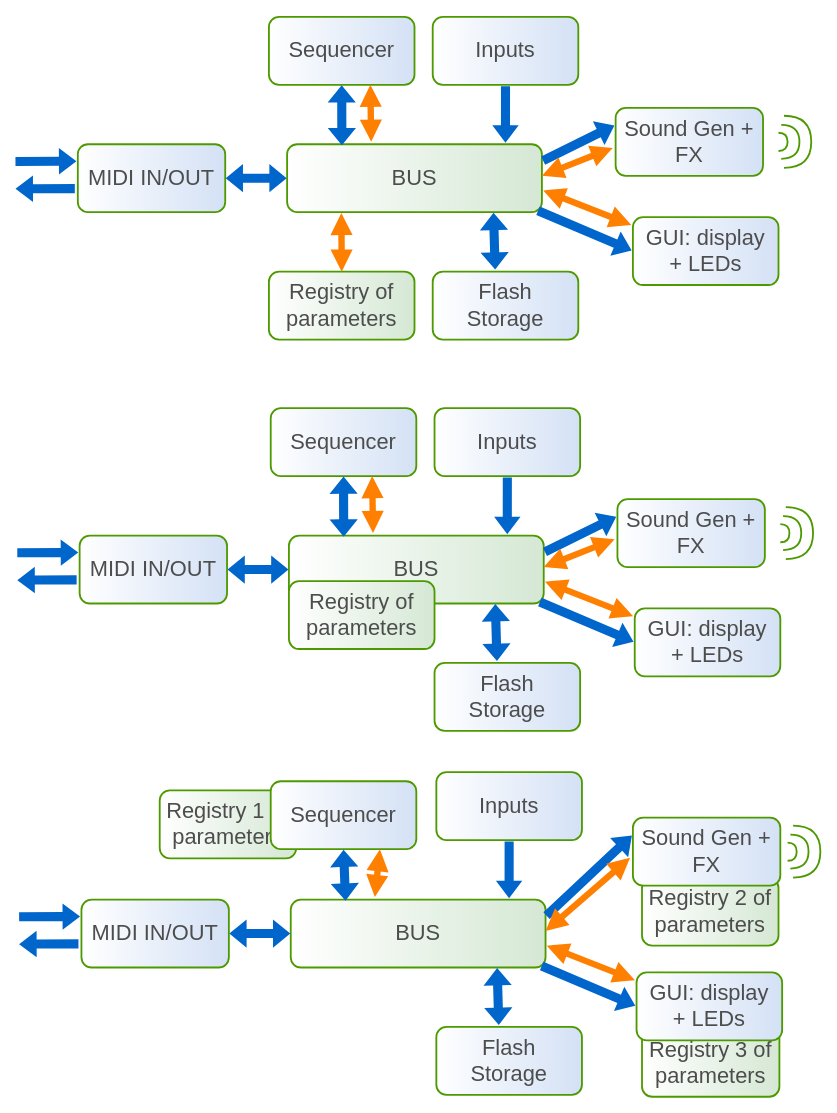
copych/AcidBox keeps this draw.io diagram as hardware/Thing.drawio. Above is the earlier version. Source tidied: cells renumbered, new cells numbered last; positions are measured from the earlier drawing's top-left corner, leaving out a move shared by most shapes. Both pictures are drawn from the tidied source at 91%, with x=0, y=0 at pixel (14, 16).
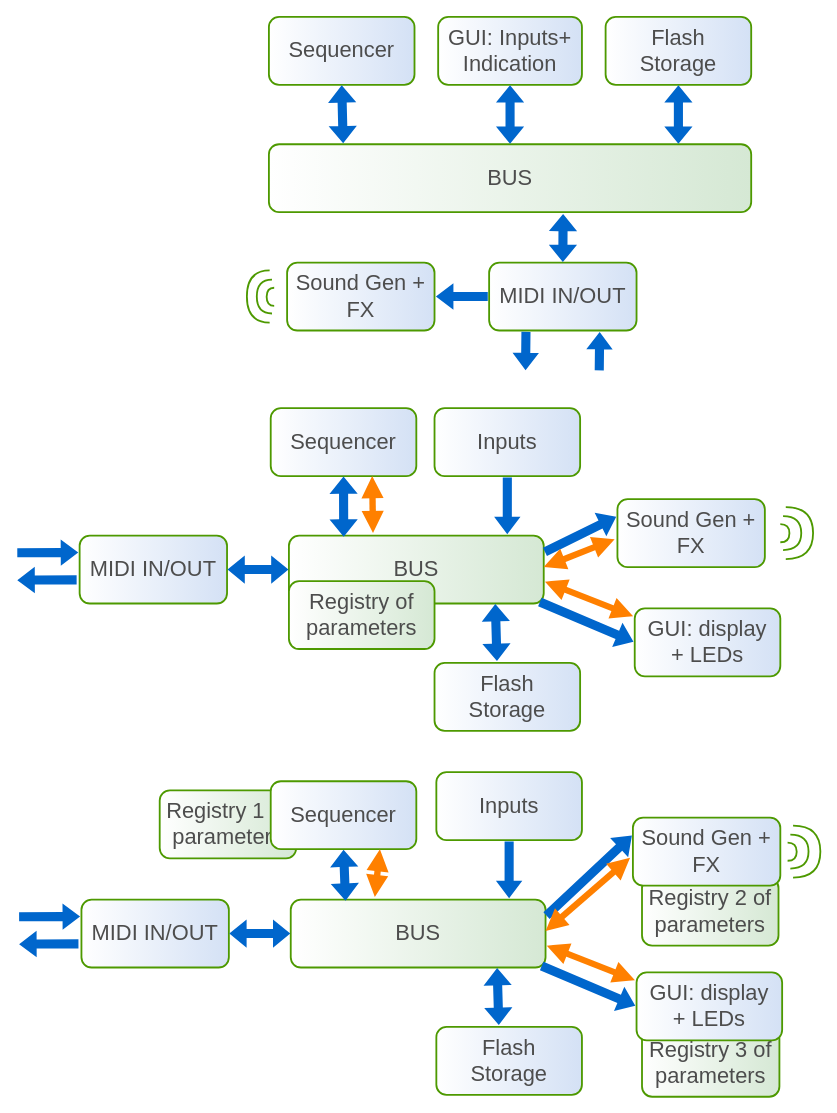
The same page after the edit.

The change refers to these unchanged cells:
```xml
<mxCell id="13" value="Sequencer" style="rounded=1;whiteSpace=wrap;html=1;shadow=0;strokeWidth=2;fillColor=#D4E1F5;gradientColor=#ffffff;fontFamily=Helvetica;fontSize=24;align=center;strokeColor=#4D9900;gradientDirection=west;fontColor=#4D4D4D;" parent="1" vertex="1">
  <mxGeometry x="280" width="160" height="74.7" as="geometry" />
</mxCell>
```

Change to the diagram source:
```diff
@@
     <mxCell id="5" value="MIDI IN/OUT" style="rounded=1;whiteSpace=wrap;html=1;shadow=0;strokeWidth=2;fillColor=#D4E1F5;gradientColor=#ffffff;fontFamily=Helvetica;fontSize=24;align=center;strokeColor=#4D9900;gradientDirection=west;fontColor=#4D4D4D;" parent="1" vertex="1">
-      <mxGeometry x="70" y="140" width="162" height="74.7" as="geometry" />
+      <mxGeometry x="522" y="270" width="162" height="74.7" as="geometry" />
     </mxCell>
     <mxCell id="6" value="Sound Gen + FX" style="rounded=1;whiteSpace=wrap;html=1;shadow=0;strokeWidth=2;fillColor=#D4E1F5;gradientColor=#ffffff;fontFamily=Helvetica;fontSize=24;align=center;strokeColor=#4D9900;gradientDirection=west;fontColor=#4D4D4D;" parent="1" vertex="1">
-      <mxGeometry x="661" y="100" width="162" height="74.7" as="geometry" />
+      <mxGeometry x="300" y="270" width="162" height="74.7" as="geometry" />
     </mxCell>
     <mxCell id="7" value="BUS" style="rounded=1;whiteSpace=wrap;html=1;shadow=0;strokeWidth=2;fillColor=#D5E8D4;gradientColor=#ffffff;fontFamily=Helvetica;fontSize=24;align=center;strokeColor=#4D9900;gradientDirection=west;fontColor=#4D4D4D;" parent="1" vertex="1">
-      <mxGeometry x="300" y="140" width="280" height="74.7" as="geometry" />
+      <mxGeometry x="280" y="140" width="530" height="74.7" as="geometry" />
     </mxCell>
     <mxCell id="8" value="Flash&lt;br&gt;Storage" style="rounded=1;whiteSpace=wrap;html=1;shadow=0;strokeWidth=2;fillColor=#D4E1F5;gradientColor=#ffffff;fontFamily=Helvetica;fontSize=24;align=center;strokeColor=#4D9900;gradientDirection=west;fontColor=#4D4D4D;" parent="1" vertex="1">
-      <mxGeometry x="460" y="280" width="160" height="74.7" as="geometry" />
+      <mxGeometry x="650" width="160" height="74.7" as="geometry" />
     </mxCell>
-    <mxCell id="9" value="GUI: display &lt;br&gt;+ LEDs" style="rounded=1;whiteSpace=wrap;html=1;shadow=0;strokeWidth=2;fillColor=#D4E1F5;gradientColor=#ffffff;fontFamily=Helvetica;fontSize=24;align=center;strokeColor=#4D9900;gradientDirection=west;fontColor=#4D4D4D;" parent="1" vertex="1">
-      <mxGeometry x="680" y="220" width="160" height="74.7" as="geometry" />
+    <mxCell id="9" value="GUI: Inputs+&lt;br&gt;I&lt;span style=&quot;background-color: transparent; color: light-dark(rgb(77, 77, 77), rgb(171, 171, 171));&quot;&gt;ndication&lt;/span&gt;" style="rounded=1;whiteSpace=wrap;html=1;shadow=0;strokeWidth=2;fillColor=#D4E1F5;gradientColor=#ffffff;fontFamily=Helvetica;fontSize=24;align=center;strokeColor=#4D9900;gradientDirection=west;fontColor=#4D4D4D;" parent="1" vertex="1">
+      <mxGeometry x="466" width="158" height="74.7" as="geometry" />
     </mxCell>
-    <mxCell id="10" style="edgeStyle=none;rounded=0;html=1;shadow=0;endArrow=blockThin;endFill=1;jettySize=auto;strokeWidth=3;fontFamily=Helvetica;fontSize=18;align=center;shape=flexArrow;strokeColor=none;fillColor=#0066CC;endWidth=16;endSize=5.42;width=8;sourcePerimeterSpacing=-2;dashed=1;fontColor=#4D4D4D;entryX=0;entryY=0.25;entryDx=0;entryDy=0;" parent="1" edge="1" target="5">
+    <mxCell id="10" style="edgeStyle=none;rounded=0;html=1;shadow=0;endArrow=blockThin;endFill=1;jettySize=auto;strokeWidth=3;fontFamily=Helvetica;fontSize=18;align=center;shape=flexArrow;strokeColor=none;fillColor=#0066CC;endWidth=16;endSize=5.42;width=8;sourcePerimeterSpacing=-2;dashed=1;fontColor=#4D4D4D;entryX=0.75;entryY=1;entryDx=0;entryDy=0;" parent="1" edge="1" target="5">
       <mxGeometry relative="1" as="geometry">
-        <mxPoint y="159" as="sourcePoint" />
+        <mxPoint x="643" y="390" as="sourcePoint" />
       </mxGeometry>
     </mxCell>
-    <mxCell id="11" style="edgeStyle=none;rounded=0;html=1;shadow=0;endArrow=blockThin;endFill=1;jettySize=auto;strokeWidth=3;fontFamily=Helvetica;fontSize=18;align=center;shape=flexArrow;strokeColor=none;fillColor=#0066CC;endWidth=16;endSize=5.42;width=8;sourcePerimeterSpacing=-2;dashed=1;fontColor=#4D4D4D;exitX=-0.011;exitY=0.653;exitDx=0;exitDy=0;exitPerimeter=0;" parent="1" edge="1" source="5">
+    <mxCell id="11" style="edgeStyle=none;rounded=0;html=1;shadow=0;endArrow=blockThin;endFill=1;jettySize=auto;strokeWidth=3;fontFamily=Helvetica;fontSize=18;align=center;shape=flexArrow;strokeColor=none;fillColor=#0066CC;endWidth=16;endSize=5.42;width=8;sourcePerimeterSpacing=-2;dashed=1;fontColor=#4D4D4D;exitX=0.25;exitY=1;exitDx=0;exitDy=0;" parent="1" edge="1" source="5">
       <mxGeometry relative="1" as="geometry">
-        <mxPoint y="189" as="targetPoint" />
+        <mxPoint x="562" y="390" as="targetPoint" />
       </mxGeometry>
     </mxCell>
-    <mxCell id="12" style="edgeStyle=none;rounded=0;html=1;shadow=0;endArrow=blockThin;endFill=1;jettySize=auto;strokeWidth=3;fontFamily=Helvetica;fontSize=18;align=center;shape=flexArrow;strokeColor=none;fillColor=#0066CC;endWidth=16;endSize=5.42;width=8;sourcePerimeterSpacing=-2;dashed=1;fontColor=#4D4D4D;entryX=0;entryY=0.25;entryDx=0;entryDy=0;exitX=1;exitY=0.25;exitDx=0;exitDy=0;" parent="1" edge="1" source="7" target="6">
+    <mxCell id="12" style="edgeStyle=none;rounded=0;html=1;shadow=0;endArrow=blockThin;endFill=1;jettySize=auto;strokeWidth=3;fontFamily=Helvetica;fontSize=18;align=center;shape=flexArrow;strokeColor=none;fillColor=#0066CC;endWidth=16;endSize=5.42;width=8;sourcePerimeterSpacing=-2;dashed=1;fontColor=#4D4D4D;exitX=0;exitY=0.5;exitDx=0;exitDy=0;entryX=1;entryY=0.5;entryDx=0;entryDy=0;" parent="1" edge="1" source="5" target="6">
       <mxGeometry relative="1" as="geometry" />
     </mxCell>
@@
-    <mxCell id="14" value="Inputs" style="rounded=1;whiteSpace=wrap;html=1;shadow=0;strokeWidth=2;fillColor=#D4E1F5;gradientColor=#ffffff;fontFamily=Helvetica;fontSize=24;align=center;strokeColor=#4D9900;gradientDirection=west;fontColor=#4D4D4D;" parent="1" vertex="1">
-      <mxGeometry x="460" width="160" height="74.7" as="geometry" />
-    </mxCell>
-    <mxCell id="15" style="edgeStyle=none;rounded=0;html=1;shadow=0;endArrow=blockThin;endFill=1;jettySize=auto;strokeWidth=3;fontFamily=Helvetica;fontSize=18;align=center;shape=flexArrow;strokeColor=none;fillColor=#0066CC;endWidth=16;endSize=5.42;width=8;sourcePerimeterSpacing=-2;dashed=1;fontColor=#4D4D4D;entryX=0.857;entryY=0;entryDx=0;entryDy=0;entryPerimeter=0;exitX=0.5;exitY=1;exitDx=0;exitDy=0;" parent="1" edge="1" source="14" target="7">
-      <mxGeometry relative="1" as="geometry" />
-    </mxCell>
-    <mxCell id="16" style="shape=flexArrow;endArrow=classic;startArrow=classic;html=1;rounded=0;fillColor=#0066CC;strokeColor=none;entryX=0;entryY=0.5;entryDx=0;entryDy=0;exitX=1;exitY=0.5;exitDx=0;exitDy=0;" parent="1" edge="1" source="5" target="7">
+    <mxCell id="16" style="shape=flexArrow;endArrow=classic;startArrow=classic;html=1;rounded=0;fillColor=#0066CC;strokeColor=none;exitX=0.5;exitY=0;exitDx=0;exitDy=0;entryX=0.61;entryY=1.018;entryDx=0;entryDy=0;entryPerimeter=0;" parent="1" edge="1" source="5" target="7">
       <mxGeometry relative="1" as="geometry" />
     </mxCell>
-    <mxCell id="17" style="shape=flexArrow;endArrow=classic;startArrow=classic;html=1;rounded=0;fillColor=#0066CC;strokeColor=none;entryX=0.5;entryY=1;entryDx=0;entryDy=0;exitX=0.215;exitY=0.023;exitDx=0;exitDy=0;exitPerimeter=0;" parent="1" edge="1" source="7" target="13">
+    <mxCell id="17" style="shape=flexArrow;endArrow=classic;startArrow=classic;html=1;rounded=0;fillColor=#0066CC;strokeColor=none;entryX=0.5;entryY=1;entryDx=0;entryDy=0;exitX=0.154;exitY=-0.007;exitDx=0;exitDy=0;exitPerimeter=0;" parent="1" edge="1" source="7" target="13">
       <mxGeometry relative="1" as="geometry" />
     </mxCell>
-    <mxCell id="18" style="shape=flexArrow;endArrow=classic;startArrow=classic;html=1;rounded=0;fillColor=#0066CC;strokeColor=none;exitX=0.429;exitY=-0.023;exitDx=0;exitDy=0;entryX=0.81;entryY=1.002;entryDx=0;entryDy=0;entryPerimeter=0;exitPerimeter=0;" parent="1" edge="1" source="8" target="7">
-      <mxGeometry relative="1" as="geometry" />
+    <mxCell id="18" style="shape=flexArrow;endArrow=classic;startArrow=classic;html=1;rounded=0;fillColor=#0066CC;strokeColor=none;exitX=0.5;exitY=1;exitDx=0;exitDy=0;" parent="1" edge="1" source="8">
+      <mxGeometry relative="1" as="geometry">
+        <mxPoint x="730" y="140" as="targetPoint" />
+      </mxGeometry>
     </mxCell>
-    <mxCell id="19" value="Registry of&lt;br&gt;parameters" style="rounded=1;whiteSpace=wrap;html=1;shadow=0;strokeWidth=2;fillColor=#D5E8D4;gradientColor=#ffffff;fontFamily=Helvetica;fontSize=24;align=center;strokeColor=#4D9900;gradientDirection=west;fontColor=#4D4D4D;" parent="1" vertex="1">
-      <mxGeometry x="280" y="280" width="160" height="74.7" as="geometry" />
-    </mxCell>
-    <mxCell id="20" style="edgeStyle=none;rounded=0;html=1;shadow=0;endArrow=blockThin;endFill=1;jettySize=auto;strokeWidth=3;fontFamily=Helvetica;fontSize=18;align=center;shape=flexArrow;strokeColor=none;fillColor=#0066CC;endWidth=16;endSize=5.42;width=8;sourcePerimeterSpacing=-2;dashed=1;fontColor=#4D4D4D;entryX=0;entryY=0.5;entryDx=0;entryDy=0;exitX=0.98;exitY=0.97;exitDx=0;exitDy=0;exitPerimeter=0;" parent="1" edge="1" source="7" target="9">
-      <mxGeometry relative="1" as="geometry" />
-    </mxCell>
-    <mxCell id="21" style="endArrow=block;startArrow=block;html=1;rounded=0;exitX=0.5;exitY=0;exitDx=0;exitDy=0;strokeColor=#FF8000;strokeWidth=7;startFill=1;endFill=1;entryX=0.213;entryY=1.011;entryDx=0;entryDy=0;entryPerimeter=0;" parent="1" edge="1" source="19" target="7">
-      <mxGeometry relative="1" as="geometry" />
-    </mxCell>
-    <mxCell id="22" style="group;" parent="1" vertex="1">
-      <mxGeometry x="840" y="108.7" width="36" height="57.3" as="geometry" />
+    <mxCell id="22" style="group;rotation=-180;" parent="1" vertex="1">
+      <mxGeometry x="260" y="278.7" width="30" height="57.3" as="geometry" />
     </mxCell>
-    <mxCell id="23" style="shape=requiredInterface;html=1;verticalLabelPosition=bottom;sketch=0;strokeWidth=2;fillColor=none;strokeColor=light-dark(#4d9900, #ededed);" parent="22" vertex="1">
-      <mxGeometry y="18.7" width="10" height="20" as="geometry" />
+    <mxCell id="23" style="shape=requiredInterface;html=1;verticalLabelPosition=bottom;sketch=0;strokeWidth=2;fillColor=none;strokeColor=light-dark(#4d9900, #ededed);rotation=-180;" parent="22" vertex="1">
+      <mxGeometry x="17.5" y="19" width="8.3" height="20" as="geometry" />
     </mxCell>
-    <mxCell id="24" style="shape=requiredInterface;html=1;verticalLabelPosition=bottom;sketch=0;strokeWidth=2;fillColor=none;strokeColor=light-dark(#4d9900, #ededed);" parent="22" vertex="1">
-      <mxGeometry x="3" y="10" width="20" height="37.3" as="geometry" />
+    <mxCell id="24" style="shape=requiredInterface;html=1;verticalLabelPosition=bottom;sketch=0;strokeWidth=2;fillColor=none;strokeColor=light-dark(#4d9900, #ededed);rotation=-180;" parent="22" vertex="1">
+      <mxGeometry x="6.7" y="10" width="16.7" height="37.3" as="geometry" />
     </mxCell>
-    <mxCell id="25" style="shape=requiredInterface;html=1;verticalLabelPosition=bottom;sketch=0;strokeWidth=2;fillColor=none;strokeColor=light-dark(#4d9900, #ededed);" parent="22" vertex="1">
-      <mxGeometry x="6" width="30" height="57.3" as="geometry" />
+    <mxCell id="25" style="shape=requiredInterface;html=1;verticalLabelPosition=bottom;sketch=0;strokeWidth=2;fillColor=none;strokeColor=light-dark(#4d9900, #ededed);rotation=-180;" parent="22" vertex="1">
+      <mxGeometry x="-4.2" width="25" height="57.3" as="geometry" />
     </mxCell>
-    <mxCell id="26" style="endArrow=block;startArrow=block;html=1;rounded=0;exitX=-0.011;exitY=0.117;exitDx=0;exitDy=0;strokeColor=#FF8000;strokeWidth=7;startFill=1;endFill=1;entryX=1.005;entryY=0.679;entryDx=0;entryDy=0;entryPerimeter=0;exitPerimeter=0;" parent="1" edge="1" source="9" target="7">
-      <mxGeometry relative="1" as="geometry" />
-    </mxCell>
-    <mxCell id="27" style="endArrow=block;startArrow=block;html=1;rounded=0;exitX=0.33;exitY=-0.037;exitDx=0;exitDy=0;strokeColor=#FF8000;strokeWidth=7;startFill=1;endFill=1;entryX=1.005;entryY=0.679;entryDx=0;entryDy=0;entryPerimeter=0;exitPerimeter=0;" parent="1" edge="1" source="7">
-      <mxGeometry relative="1" as="geometry">
-        <mxPoint x="391.5" y="74.7" as="targetPoint" />
-      </mxGeometry>
-    </mxCell>
-    <mxCell id="28" style="endArrow=block;startArrow=block;html=1;rounded=0;exitX=-0.019;exitY=0.589;exitDx=0;exitDy=0;strokeColor=#FF8000;strokeWidth=7;startFill=1;endFill=1;entryX=1.005;entryY=0.679;entryDx=0;entryDy=0;entryPerimeter=0;exitPerimeter=0;" parent="1" edge="1" source="6">
-      <mxGeometry relative="1" as="geometry">
-        <mxPoint x="580" y="174.7" as="targetPoint" />
-      </mxGeometry>
-    </mxCell>
@@
+    <mxCell id="26" style="shape=flexArrow;endArrow=classic;startArrow=classic;html=1;rounded=0;fillColor=#0066CC;strokeColor=none;exitX=0.5;exitY=1;exitDx=0;exitDy=0;entryX=0.5;entryY=0;entryDx=0;entryDy=0;" parent="1" edge="1" source="9" target="7">
+      <mxGeometry relative="1" as="geometry" />
+    </mxCell>
```
